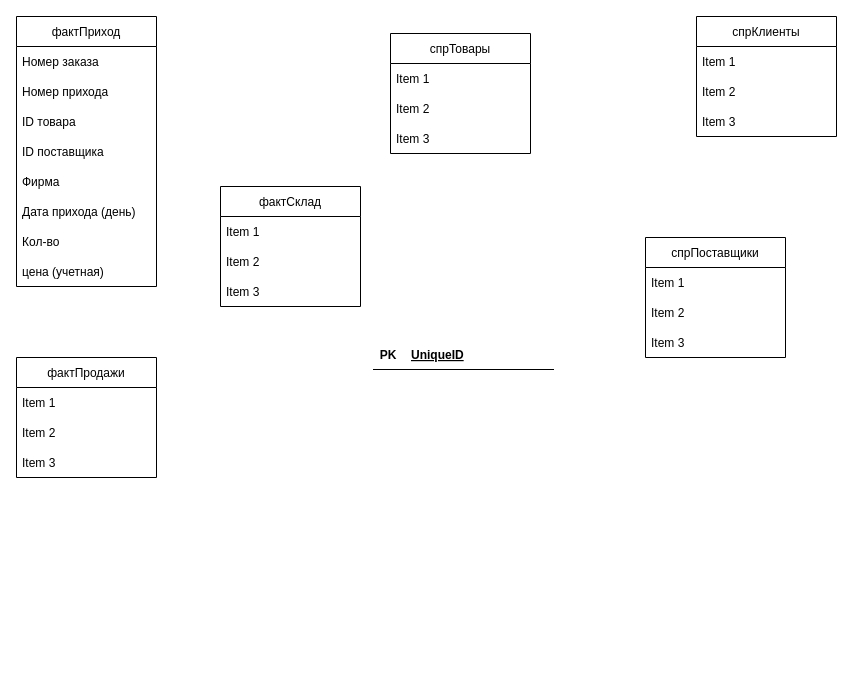
The draw.io diagram Data model.drawio in valeraleraleb/IBA-2022, before the edit. Source tidied: cells renumbered, new cells numbered last; positions are measured from the earlier drawing's top-left corner, leaving out a move shared by most shapes. Both pictures are drawn from the tidied source at 100%, with x=0, y=0 at pixel (16, 16).
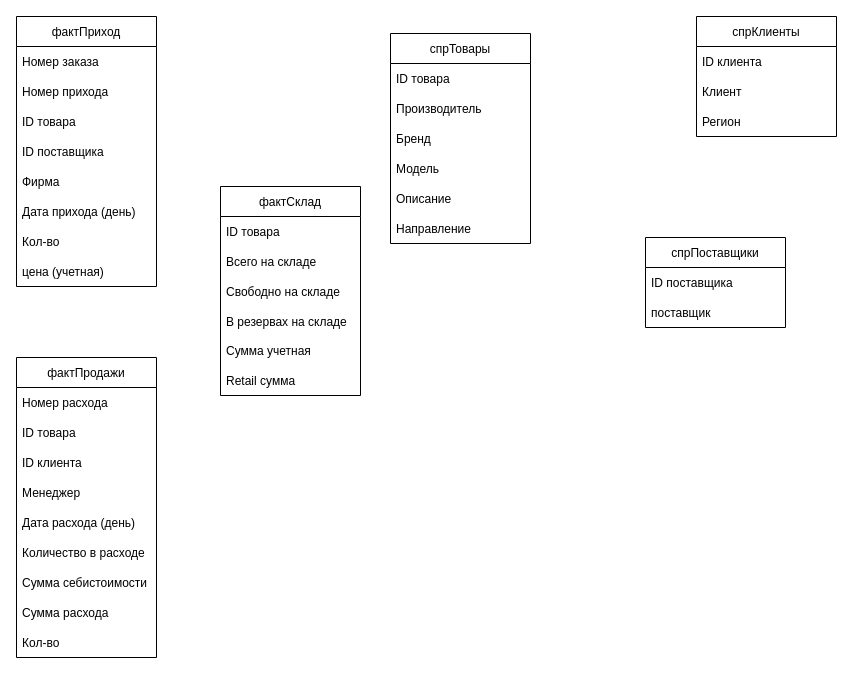
After the change.

Unchanged cells that the change refers to:
```xml
<mxCell id="27" value="спрКлиенты" style="swimlane;fontStyle=0;horizontal=1;startSize=30;" parent="1" vertex="1">
  <mxGeometry x="680" width="140" height="120" as="geometry" />
</mxCell>
```

What changed in the source:
```diff
@@
     <mxCell id="11" value="фактСклад" style="swimlane;fontStyle=0;horizontal=1;startSize=30;" parent="1" vertex="1">
-      <mxGeometry x="204" y="170" width="140" height="120" as="geometry" />
+      <mxGeometry x="204" y="170" width="140" height="209" as="geometry" />
     </mxCell>
-    <mxCell id="12" value="Item 1" style="text;strokeColor=none;fillColor=none;align=left;verticalAlign=middle;spacingLeft=4;spacingRight=4;overflow=hidden;" parent="11" vertex="1">
+    <mxCell id="12" value="ID товара" style="text;strokeColor=none;fillColor=none;align=left;verticalAlign=middle;spacingLeft=4;spacingRight=4;overflow=hidden;" parent="11" vertex="1">
       <mxGeometry y="30" width="140" height="30" as="geometry" />
     </mxCell>
-    <mxCell id="13" value="Item 2" style="text;strokeColor=none;fillColor=none;align=left;verticalAlign=middle;spacingLeft=4;spacingRight=4;overflow=hidden;" parent="11" vertex="1">
+    <mxCell id="13" value="Всего на складе" style="text;strokeColor=none;fillColor=none;align=left;verticalAlign=middle;spacingLeft=4;spacingRight=4;overflow=hidden;" parent="11" vertex="1">
       <mxGeometry y="60" width="140" height="30" as="geometry" />
     </mxCell>
+    <mxCell id="35" value="Свободно на складе" style="text;strokeColor=none;fillColor=none;align=left;verticalAlign=middle;spacingLeft=4;spacingRight=4;overflow=hidden;" parent="11" vertex="1">
+      <mxGeometry y="90" width="140" height="30" as="geometry" />
+    </mxCell>
+    <mxCell id="36" value="В резервах на складе" style="text;strokeColor=none;fillColor=none;align=left;verticalAlign=middle;spacingLeft=4;spacingRight=4;overflow=hidden;" parent="11" vertex="1">
+      <mxGeometry y="120" width="140" height="29" as="geometry" />
+    </mxCell>
-    <mxCell id="14" value="Item 3" style="text;strokeColor=none;fillColor=none;align=left;verticalAlign=middle;spacingLeft=4;spacingRight=4;overflow=hidden;" parent="11" vertex="1">
-      <mxGeometry y="90" width="140" height="30" as="geometry" />
+    <mxCell id="14" value="Сумма учетная" style="text;strokeColor=none;fillColor=none;align=left;verticalAlign=middle;spacingLeft=4;spacingRight=4;overflow=hidden;" parent="11" vertex="1">
+      <mxGeometry y="149" width="140" height="30" as="geometry" />
     </mxCell>
+    <mxCell id="37" value="Retail сумма" style="text;strokeColor=none;fillColor=none;align=left;verticalAlign=middle;spacingLeft=4;spacingRight=4;overflow=hidden;" parent="11" vertex="1">
+      <mxGeometry y="179" width="140" height="30" as="geometry" />
+    </mxCell>
     <mxCell id="15" value="фактПродажи" style="swimlane;fontStyle=0;horizontal=1;startSize=30;" parent="1" vertex="1">
-      <mxGeometry y="341" width="140" height="120" as="geometry" />
+      <mxGeometry y="341" width="140" height="300" as="geometry" />
     </mxCell>
-    <mxCell id="16" value="Item 1" style="text;strokeColor=none;fillColor=none;align=left;verticalAlign=middle;spacingLeft=4;spacingRight=4;overflow=hidden;" parent="15" vertex="1">
+    <mxCell id="16" value="Номер расхода" style="text;strokeColor=none;fillColor=none;align=left;verticalAlign=middle;spacingLeft=4;spacingRight=4;overflow=hidden;" parent="15" vertex="1">
       <mxGeometry y="30" width="140" height="30" as="geometry" />
     </mxCell>
+    <mxCell id="38" value="ID товара" style="text;strokeColor=none;fillColor=none;align=left;verticalAlign=middle;spacingLeft=4;spacingRight=4;overflow=hidden;" parent="15" vertex="1">
+      <mxGeometry y="60" width="140" height="30" as="geometry" />
+    </mxCell>
-    <mxCell id="17" value="Item 2" style="text;strokeColor=none;fillColor=none;align=left;verticalAlign=middle;spacingLeft=4;spacingRight=4;overflow=hidden;" parent="15" vertex="1">
-      <mxGeometry y="60" width="140" height="30" as="geometry" />
+    <mxCell id="17" value="ID клиента" style="text;strokeColor=none;fillColor=none;align=left;verticalAlign=middle;spacingLeft=4;spacingRight=4;overflow=hidden;" parent="15" vertex="1">
+      <mxGeometry y="90" width="140" height="30" as="geometry" />
     </mxCell>
-    <mxCell id="18" value="Item 3" style="text;strokeColor=none;fillColor=none;align=left;verticalAlign=middle;spacingLeft=4;spacingRight=4;overflow=hidden;" parent="15" vertex="1">
-      <mxGeometry y="90" width="140" height="30" as="geometry" />
+    <mxCell id="18" value="Менеджер" style="text;strokeColor=none;fillColor=none;align=left;verticalAlign=middle;spacingLeft=4;spacingRight=4;overflow=hidden;" parent="15" vertex="1">
+      <mxGeometry y="120" width="140" height="30" as="geometry" />
     </mxCell>
+    <mxCell id="39" value="Дата расхода (день)" style="text;strokeColor=none;fillColor=none;align=left;verticalAlign=middle;spacingLeft=4;spacingRight=4;overflow=hidden;" parent="15" vertex="1">
+      <mxGeometry y="150" width="140" height="30" as="geometry" />
+    </mxCell>
+    <mxCell id="40" value="Количество в расходе" style="text;strokeColor=none;fillColor=none;align=left;verticalAlign=middle;spacingLeft=4;spacingRight=4;overflow=hidden;" parent="15" vertex="1">
+      <mxGeometry y="180" width="140" height="30" as="geometry" />
+    </mxCell>
+    <mxCell id="41" value="Сумма себистоимости" style="text;strokeColor=none;fillColor=none;align=left;verticalAlign=middle;spacingLeft=4;spacingRight=4;overflow=hidden;" parent="15" vertex="1">
+      <mxGeometry y="210" width="140" height="30" as="geometry" />
+    </mxCell>
+    <mxCell id="42" value="Сумма расхода" style="text;strokeColor=none;fillColor=none;align=left;verticalAlign=middle;spacingLeft=4;spacingRight=4;overflow=hidden;" parent="15" vertex="1">
+      <mxGeometry y="240" width="140" height="30" as="geometry" />
+    </mxCell>
+    <mxCell id="43" value="Кол-во" style="text;strokeColor=none;fillColor=none;align=left;verticalAlign=middle;spacingLeft=4;spacingRight=4;overflow=hidden;" parent="15" vertex="1">
+      <mxGeometry y="270" width="140" height="30" as="geometry" />
+    </mxCell>
     <mxCell id="19" value="спрТовары" style="swimlane;fontStyle=0;horizontal=1;startSize=30;" parent="1" vertex="1">
-      <mxGeometry x="374" y="17" width="140" height="120" as="geometry" />
+      <mxGeometry x="374" y="17" width="140" height="210" as="geometry" />
     </mxCell>
-    <mxCell id="20" value="Item 1" style="text;strokeColor=none;fillColor=none;align=left;verticalAlign=middle;spacingLeft=4;spacingRight=4;overflow=hidden;" parent="19" vertex="1">
+    <mxCell id="20" value="ID товара" style="text;strokeColor=none;fillColor=none;align=left;verticalAlign=middle;spacingLeft=4;spacingRight=4;overflow=hidden;" parent="19" vertex="1">
       <mxGeometry y="30" width="140" height="30" as="geometry" />
     </mxCell>
-    <mxCell id="21" value="Item 2" style="text;strokeColor=none;fillColor=none;align=left;verticalAlign=middle;spacingLeft=4;spacingRight=4;overflow=hidden;" parent="19" vertex="1">
+    <mxCell id="21" value="Производитель" style="text;strokeColor=none;fillColor=none;align=left;verticalAlign=middle;spacingLeft=4;spacingRight=4;overflow=hidden;" parent="19" vertex="1">
       <mxGeometry y="60" width="140" height="30" as="geometry" />
     </mxCell>
+    <mxCell id="44" value="Бренд" style="text;strokeColor=none;fillColor=none;align=left;verticalAlign=middle;spacingLeft=4;spacingRight=4;overflow=hidden;" parent="19" vertex="1">
+      <mxGeometry y="90" width="140" height="30" as="geometry" />
+    </mxCell>
+    <mxCell id="45" value="Модель" style="text;strokeColor=none;fillColor=none;align=left;verticalAlign=middle;spacingLeft=4;spacingRight=4;overflow=hidden;" parent="19" vertex="1">
+      <mxGeometry y="120" width="140" height="30" as="geometry" />
+    </mxCell>
-    <mxCell id="22" value="Item 3" style="text;strokeColor=none;fillColor=none;align=left;verticalAlign=middle;spacingLeft=4;spacingRight=4;overflow=hidden;" parent="19" vertex="1">
-      <mxGeometry y="90" width="140" height="30" as="geometry" />
+    <mxCell id="22" value="Описание" style="text;strokeColor=none;fillColor=none;align=left;verticalAlign=middle;spacingLeft=4;spacingRight=4;overflow=hidden;" parent="19" vertex="1">
+      <mxGeometry y="150" width="140" height="30" as="geometry" />
     </mxCell>
+    <mxCell id="46" value="Направление" style="text;strokeColor=none;fillColor=none;align=left;verticalAlign=middle;spacingLeft=4;spacingRight=4;overflow=hidden;" parent="19" vertex="1">
+      <mxGeometry y="180" width="140" height="30" as="geometry" />
+    </mxCell>
     <mxCell id="23" value="спрПоставщики" style="swimlane;fontStyle=0;horizontal=1;startSize=30;" parent="1" vertex="1">
-      <mxGeometry x="629" y="221" width="140" height="120" as="geometry" />
+      <mxGeometry x="629" y="221" width="140" height="90" as="geometry" />
     </mxCell>
-    <mxCell id="24" value="Item 1" style="text;strokeColor=none;fillColor=none;align=left;verticalAlign=middle;spacingLeft=4;spacingRight=4;overflow=hidden;" parent="23" vertex="1">
+    <mxCell id="24" value="ID поставщика" style="text;strokeColor=none;fillColor=none;align=left;verticalAlign=middle;spacingLeft=4;spacingRight=4;overflow=hidden;" parent="23" vertex="1">
       <mxGeometry y="30" width="140" height="30" as="geometry" />
     </mxCell>
-    <mxCell id="25" value="Item 2" style="text;strokeColor=none;fillColor=none;align=left;verticalAlign=middle;spacingLeft=4;spacingRight=4;overflow=hidden;" parent="23" vertex="1">
-      <mxGeometry y="60" width="140" height="30" as="geometry" />
-    </mxCell>
-    <mxCell id="26" value="Item 3" style="text;strokeColor=none;fillColor=none;align=left;verticalAlign=middle;spacingLeft=4;spacingRight=4;overflow=hidden;" parent="23" vertex="1">
-      <mxGeometry y="90" width="140" height="30" as="geometry" />
-    </mxCell>
+    <mxCell id="47" value="поставщик" style="text;strokeColor=none;fillColor=none;align=left;verticalAlign=middle;spacingLeft=4;spacingRight=4;overflow=hidden;" parent="23" vertex="1">
+      <mxGeometry y="60" width="140" height="30" as="geometry" />
+    </mxCell>
@@
-    <mxCell id="28" value="Item 1" style="text;strokeColor=none;fillColor=none;align=left;verticalAlign=middle;spacingLeft=4;spacingRight=4;overflow=hidden;" parent="27" vertex="1">
+    <mxCell id="28" value="ID клиента" style="text;strokeColor=none;fillColor=none;align=left;verticalAlign=middle;spacingLeft=4;spacingRight=4;overflow=hidden;" parent="27" vertex="1">
       <mxGeometry y="30" width="140" height="30" as="geometry" />
     </mxCell>
-    <mxCell id="29" value="Item 2" style="text;strokeColor=none;fillColor=none;align=left;verticalAlign=middle;spacingLeft=4;spacingRight=4;overflow=hidden;" parent="27" vertex="1">
+    <mxCell id="29" value="Клиент" style="text;strokeColor=none;fillColor=none;align=left;verticalAlign=middle;spacingLeft=4;spacingRight=4;overflow=hidden;" parent="27" vertex="1">
       <mxGeometry y="60" width="140" height="30" as="geometry" />
     </mxCell>
-    <mxCell id="30" value="Item 3" style="text;strokeColor=none;fillColor=none;align=left;verticalAlign=middle;spacingLeft=4;spacingRight=4;overflow=hidden;" parent="27" vertex="1">
+    <mxCell id="30" value="Регион" style="text;strokeColor=none;fillColor=none;align=left;verticalAlign=middle;spacingLeft=4;spacingRight=4;overflow=hidden;" parent="27" vertex="1">
       <mxGeometry y="90" width="140" height="30" as="geometry" />
     </mxCell>
-    <mxCell id="31" style="shape=table;startSize=0;childLayout=tableLayout;rowLines=0;fontStyle=0;align=center;strokeColor=none;fillColor=none;" parent="1" vertex="1">
-      <mxGeometry x="357" y="323" width="180" height="30" as="geometry" />
-    </mxCell>
-    <mxCell id="32" style="shape=partialRectangle;fillColor=none;top=0;left=0;bottom=1;right=0;" parent="31" vertex="1">
-      <mxGeometry width="180" height="30" as="geometry" />
-    </mxCell>
-    <mxCell id="33" value="PK" style="shape=partialRectangle;fillColor=none;top=0;left=0;bottom=0;right=0;fontStyle=1;overflow=hidden;" parent="32" vertex="1">
-      <mxGeometry width="30" height="30" as="geometry" />
-    </mxCell>
-    <mxCell id="34" value="UniqueID" style="shape=partialRectangle;fillColor=none;top=0;left=0;bottom=0;right=0;align=left;spacingLeft=6;fontStyle=5;overflow=hidden;" parent="32" vertex="1">
-      <mxGeometry x="30" width="150" height="30" as="geometry" />
-    </mxCell>
```
